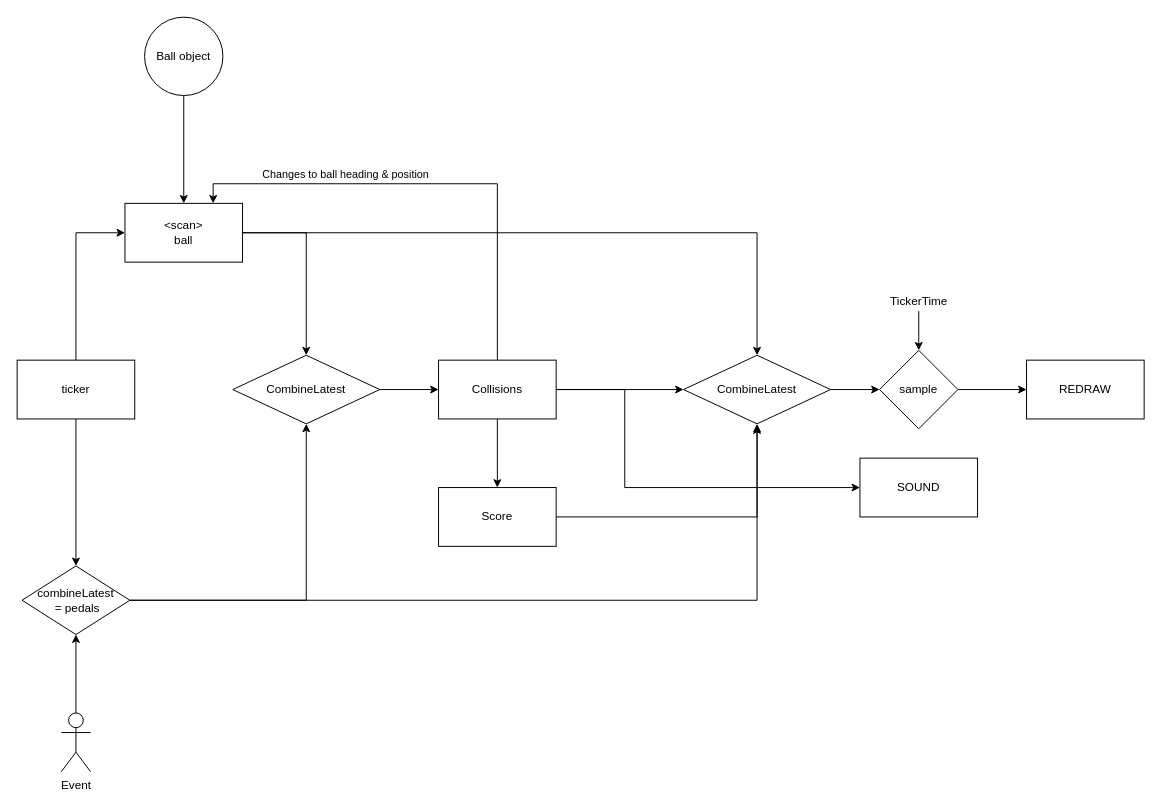
This is page "Page-2" (2 of 2) of doc/pong arch.drawio from tobdrue/pong, a draw.io file, before an edit. Source tidied: cells renumbered, new cells numbered last; positions are measured from the earlier drawing's top-left corner, leaving out a move shared by most shapes. Both pictures are drawn from the tidied source at 98%, with x=0, y=0 at pixel (17, 17).
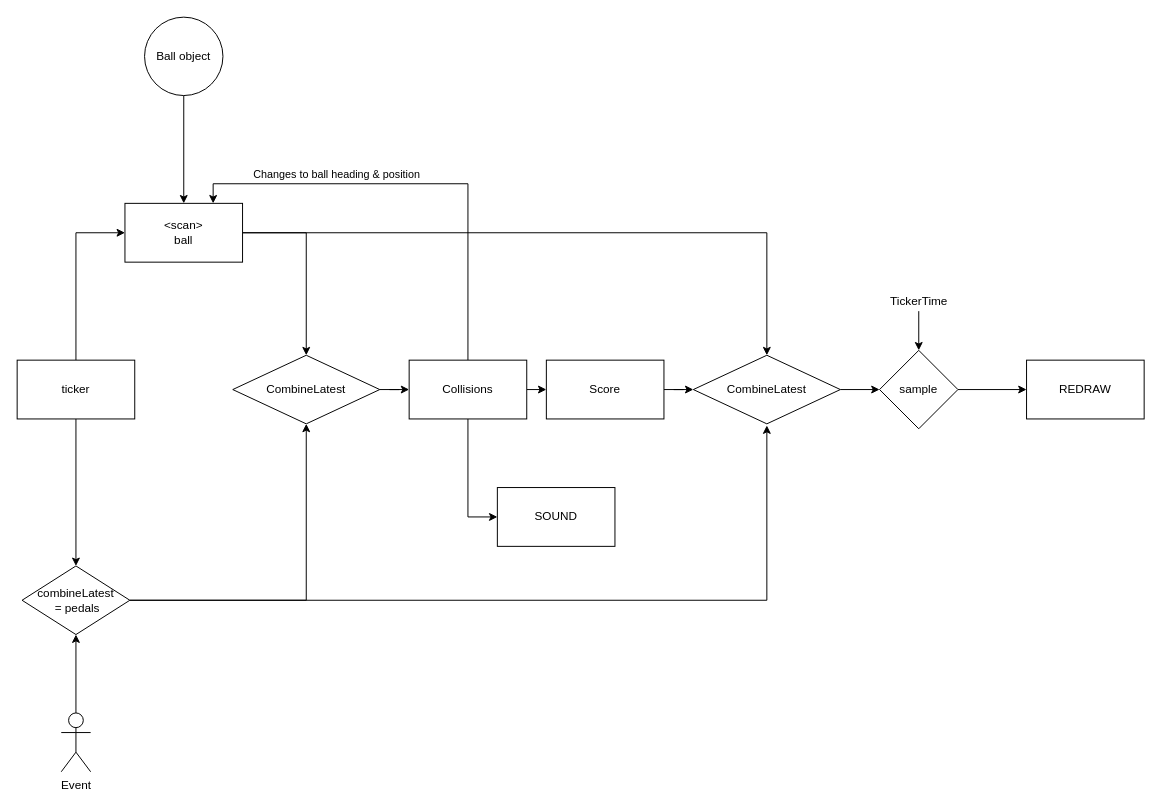
After the change.

Unchanged cells that the change refers to:
```xml
<mxCell id="13" value="&amp;lt;scan&amp;gt;&lt;br&gt;ball" style="rounded=0;whiteSpace=wrap;html=1;" parent="1" vertex="1">
  <mxGeometry x="110" y="190" width="120" height="60" as="geometry" />
</mxCell>
```

The edit, as a diff of the source:
```diff
@@
-    <mxCell id="7" style="edgeStyle=orthogonalEdgeStyle;rounded=0;jettySize=auto;html=1;entryX=0.5;entryY=0;entryDx=0;entryDy=0;exitX=0.5;exitY=1;exitDx=0;exitDy=0;" parent="1" edge="1" source="18" target="22">
+    <mxCell id="7" style="edgeStyle=orthogonalEdgeStyle;rounded=0;jettySize=auto;html=1;entryX=0;entryY=0.5;entryDx=0;entryDy=0;exitX=1;exitY=0.5;exitDx=0;exitDy=0;" parent="1" edge="1" source="18" target="22">
       <mxGeometry relative="1" as="geometry" />
     </mxCell>
@@
-    <mxCell id="14" style="edgeStyle=orthogonalEdgeStyle;rounded=0;jettySize=auto;html=1;entryX=0;entryY=0.5;entryDx=0;entryDy=0;" parent="1" edge="1" source="18" target="24">
-      <mxGeometry relative="1" as="geometry" />
-    </mxCell>
     <mxCell id="15" style="edgeStyle=orthogonalEdgeStyle;rounded=0;jettySize=auto;html=1;entryX=0;entryY=0.5;entryDx=0;entryDy=0;" parent="1" edge="1" source="18" target="32">
       <mxGeometry relative="1" as="geometry">
         <Array as="points">
-          <mxPoint x="620" y="380" />
-          <mxPoint x="620" y="480" />
-          <mxPoint x="850" y="480" />
+          <mxPoint x="460" y="510" />
         </Array>
       </mxGeometry>
     </mxCell>
     <mxCell id="16" style="edgeStyle=orthogonalEdgeStyle;rounded=0;jettySize=auto;html=1;entryX=0.75;entryY=0;entryDx=0;entryDy=0;" parent="1" edge="1" source="18" target="13">
       <mxGeometry relative="1" as="geometry">
         <Array as="points">
-          <mxPoint x="490" y="170" />
+          <mxPoint x="460" y="170" />
           <mxPoint x="200" y="170" />
         </Array>
       </mxGeometry>
     </mxCell>
@@
     <mxCell id="18" value="Collisions" style="rounded=0;whiteSpace=wrap;html=1;" parent="1" vertex="1">
-      <mxGeometry x="430" y="350" width="120" height="60" as="geometry" />
+      <mxGeometry x="400" y="350" width="120" height="60" as="geometry" />
     </mxCell>
@@
-    <mxCell id="21" style="edgeStyle=orthogonalEdgeStyle;rounded=0;jettySize=auto;html=1;entryX=0.5;entryY=1;entryDx=0;entryDy=0;" parent="1" edge="1" source="22" target="24">
+    <mxCell id="21" style="edgeStyle=orthogonalEdgeStyle;rounded=0;jettySize=auto;html=1;entryX=0;entryY=0.5;entryDx=0;entryDy=0;" parent="1" edge="1" source="22" target="24">
       <mxGeometry relative="1" as="geometry" />
     </mxCell>
     <mxCell id="22" value="Score" style="whiteSpace=wrap;html=1;" parent="1" vertex="1">
-      <mxGeometry x="430" y="480" width="120" height="60" as="geometry" />
+      <mxGeometry x="540" y="350" width="120" height="60" as="geometry" />
     </mxCell>
@@
     <mxCell id="24" value="CombineLatest" style="rhombus;whiteSpace=wrap;html=1;" parent="1" vertex="1">
-      <mxGeometry x="680" y="345" width="150" height="70" as="geometry" />
+      <mxGeometry x="690" y="345" width="150" height="70" as="geometry" />
     </mxCell>
@@
     <mxCell id="32" value="SOUND" style="whiteSpace=wrap;html=1;" parent="1" vertex="1">
-      <mxGeometry x="860" y="450" width="120" height="60" as="geometry" />
+      <mxGeometry x="490" y="480" width="120" height="60" as="geometry" />
     </mxCell>
```
